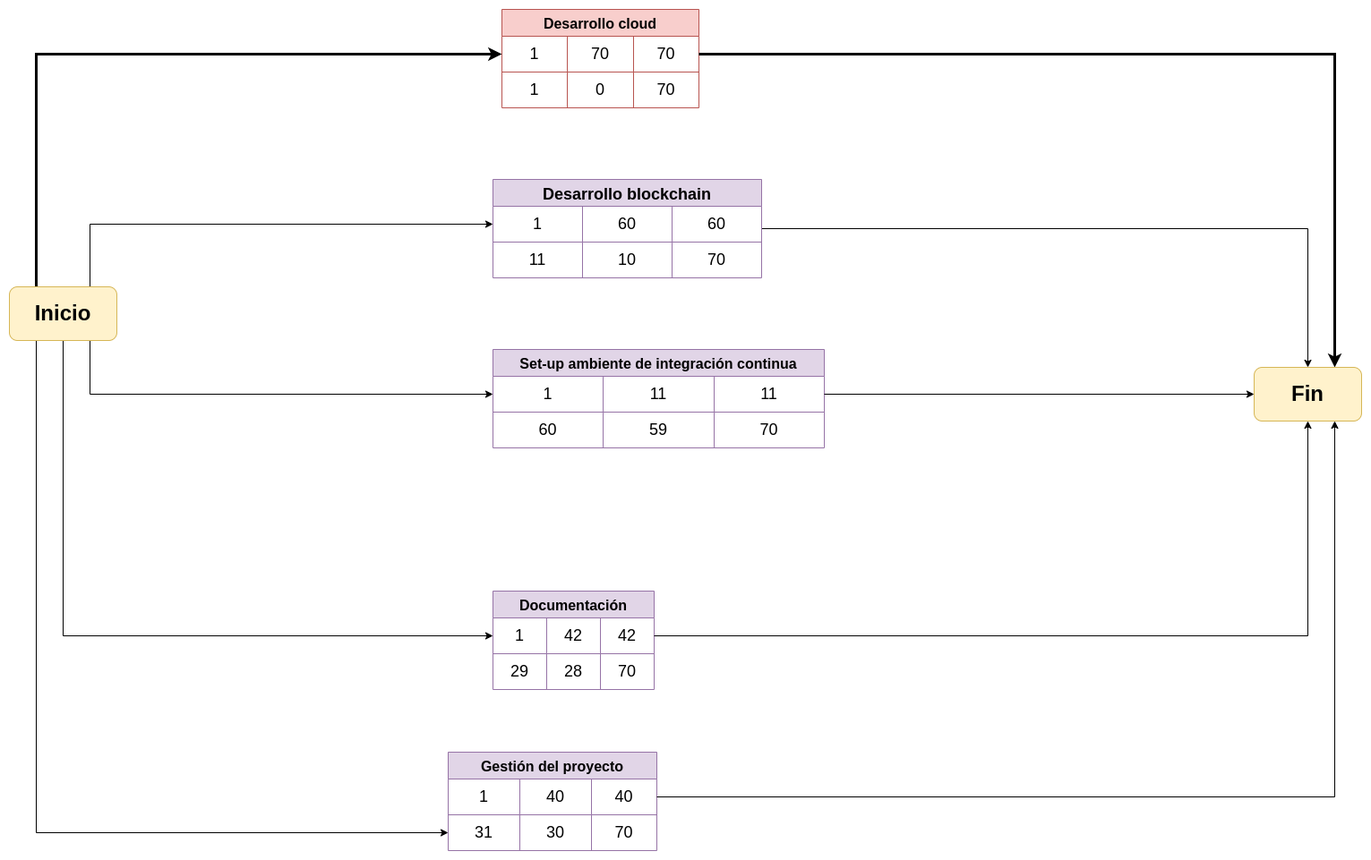
Before: Figuras/activity-on-node.png, a diagram exported from draw.io (kronleuchter85/ceiot_gti). Source tidied: cells renumbered, new cells last; positions are measured from the earlier drawing's top-left corner, leaving out a move shared by most shapes.
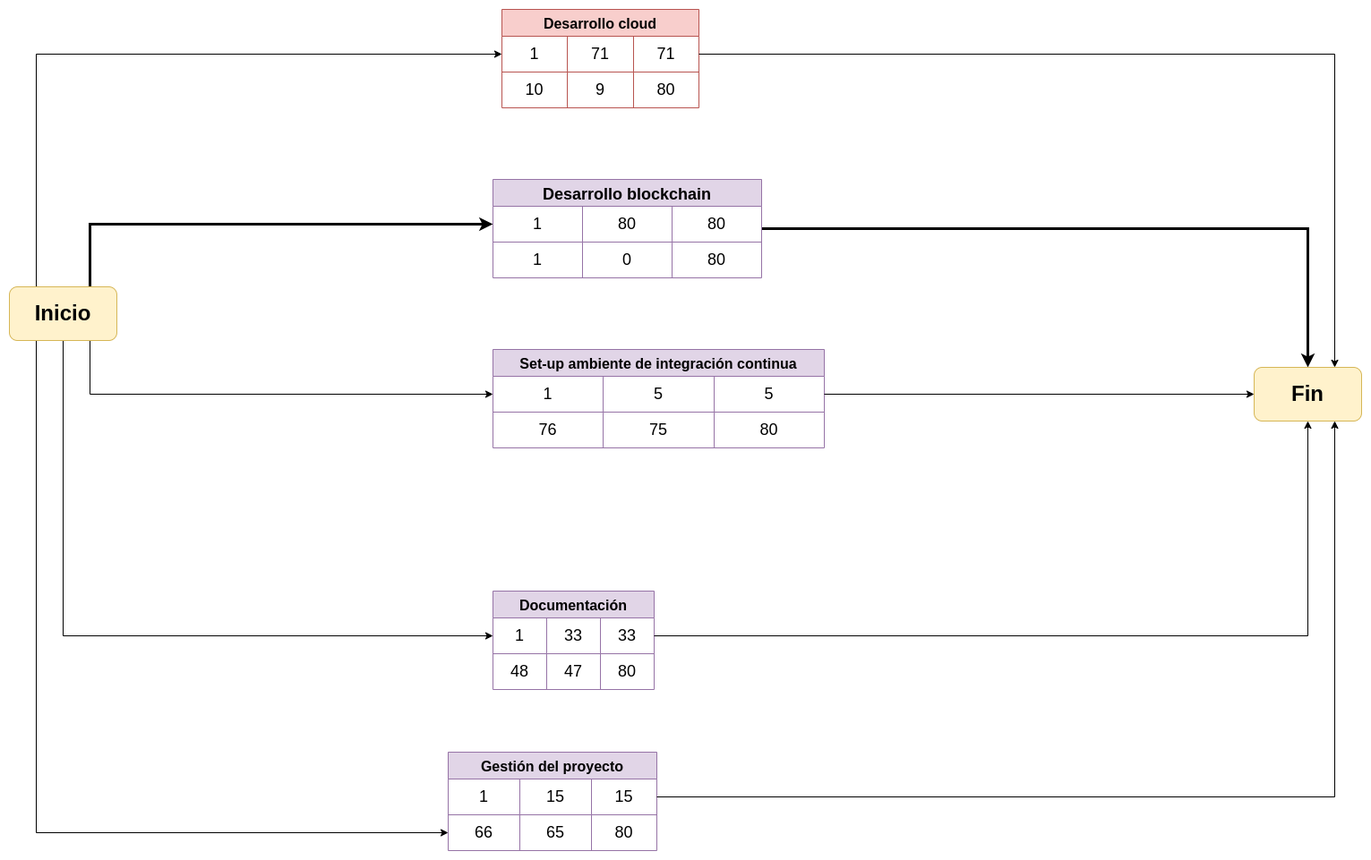
Above is the later version.

The edit, as a diff of the source:
```diff
@@ -11,22 +11,22 @@
     <mxCell id="4" value="1" style="shape=partialRectangle;html=1;whiteSpace=wrap;fillColor=none;top=0;left=0;bottom=0;right=0;overflow=hidden;fontSize=18;" parent="3" vertex="1">
       <mxGeometry width="73" height="40" as="geometry" />
     </mxCell>
-    <mxCell id="5" value="70" style="shape=partialRectangle;html=1;whiteSpace=wrap;fillColor=none;top=0;left=0;bottom=0;right=0;overflow=hidden;fontSize=18;" parent="3" vertex="1">
+    <mxCell id="5" value="71" style="shape=partialRectangle;html=1;whiteSpace=wrap;fillColor=none;top=0;left=0;bottom=0;right=0;overflow=hidden;fontSize=18;" parent="3" vertex="1">
       <mxGeometry x="73" width="74" height="40" as="geometry" />
     </mxCell>
-    <mxCell id="6" value="70" style="shape=partialRectangle;html=1;whiteSpace=wrap;fillColor=none;top=0;left=0;bottom=0;right=0;overflow=hidden;fontSize=18;" parent="3" vertex="1">
+    <mxCell id="6" value="71" style="shape=partialRectangle;html=1;whiteSpace=wrap;fillColor=none;top=0;left=0;bottom=0;right=0;overflow=hidden;fontSize=18;" parent="3" vertex="1">
       <mxGeometry x="147" width="73" height="40" as="geometry" />
     </mxCell>
     <mxCell id="7" style="shape=tableRow;horizontal=0;startSize=0;swimlaneHead=0;swimlaneBody=0;top=0;left=0;bottom=0;right=0;fillColor=none;" parent="2" vertex="1">
       <mxGeometry y="70" width="220" height="40" as="geometry" />
     </mxCell>
-    <mxCell id="8" value="1" style="shape=partialRectangle;html=1;whiteSpace=wrap;fillColor=none;top=0;left=0;bottom=0;right=0;overflow=hidden;fontSize=18;" parent="7" vertex="1">
+    <mxCell id="8" value="10" style="shape=partialRectangle;html=1;whiteSpace=wrap;fillColor=none;top=0;left=0;bottom=0;right=0;overflow=hidden;fontSize=18;" parent="7" vertex="1">
       <mxGeometry width="73" height="40" as="geometry" />
     </mxCell>
-    <mxCell id="9" value="0" style="shape=partialRectangle;html=1;whiteSpace=wrap;fillColor=none;top=0;left=0;bottom=0;right=0;overflow=hidden;fontSize=18;" parent="7" vertex="1">
+    <mxCell id="9" value="9" style="shape=partialRectangle;html=1;whiteSpace=wrap;fillColor=none;top=0;left=0;bottom=0;right=0;overflow=hidden;fontSize=18;" parent="7" vertex="1">
       <mxGeometry x="73" width="74" height="40" as="geometry" />
     </mxCell>
-    <mxCell id="10" value="70" style="shape=partialRectangle;html=1;whiteSpace=wrap;fillColor=none;top=0;left=0;bottom=0;right=0;overflow=hidden;fontSize=18;" parent="7" vertex="1">
+    <mxCell id="10" value="80" style="shape=partialRectangle;html=1;whiteSpace=wrap;fillColor=none;top=0;left=0;bottom=0;right=0;overflow=hidden;fontSize=18;" parent="7" vertex="1">
       <mxGeometry x="147" width="73" height="40" as="geometry" />
     </mxCell>
     <mxCell id="11" value="Set-up ambiente de integración continua" style="shape=table;startSize=30;fontStyle=1;align=center;fillColor=#e1d5e7;strokeColor=#9673a6;fontSize=16;" parent="1" vertex="1">
@@ -38,39 +38,39 @@
     <mxCell id="13" value="1" style="shape=partialRectangle;html=1;whiteSpace=wrap;fillColor=none;top=0;left=0;bottom=0;right=0;overflow=hidden;fontSize=18;" parent="12" vertex="1">
       <mxGeometry width="123" height="40" as="geometry" />
     </mxCell>
-    <mxCell id="14" value="11" style="shape=partialRectangle;html=1;whiteSpace=wrap;fillColor=none;top=0;left=0;bottom=0;right=0;overflow=hidden;fontSize=18;" parent="12" vertex="1">
+    <mxCell id="14" value="5" style="shape=partialRectangle;html=1;whiteSpace=wrap;fillColor=none;top=0;left=0;bottom=0;right=0;overflow=hidden;fontSize=18;" parent="12" vertex="1">
       <mxGeometry x="123" width="124" height="40" as="geometry" />
     </mxCell>
-    <mxCell id="15" value="11" style="shape=partialRectangle;html=1;whiteSpace=wrap;fillColor=none;top=0;left=0;bottom=0;right=0;overflow=hidden;fontSize=18;" parent="12" vertex="1">
+    <mxCell id="15" value="5" style="shape=partialRectangle;html=1;whiteSpace=wrap;fillColor=none;top=0;left=0;bottom=0;right=0;overflow=hidden;fontSize=18;" parent="12" vertex="1">
       <mxGeometry x="247" width="123" height="40" as="geometry" />
     </mxCell>
     <mxCell id="16" style="shape=tableRow;horizontal=0;startSize=0;swimlaneHead=0;swimlaneBody=0;top=0;left=0;bottom=0;right=0;fillColor=none;" parent="11" vertex="1">
       <mxGeometry y="70" width="370" height="40" as="geometry" />
     </mxCell>
-    <mxCell id="17" value="60" style="shape=partialRectangle;html=1;whiteSpace=wrap;fillColor=none;top=0;left=0;bottom=0;right=0;overflow=hidden;fontSize=18;" parent="16" vertex="1">
+    <mxCell id="17" value="76" style="shape=partialRectangle;html=1;whiteSpace=wrap;fillColor=none;top=0;left=0;bottom=0;right=0;overflow=hidden;fontSize=18;" parent="16" vertex="1">
       <mxGeometry width="123" height="40" as="geometry" />
     </mxCell>
-    <mxCell id="18" value="59" style="shape=partialRectangle;html=1;whiteSpace=wrap;fillColor=none;top=0;left=0;bottom=0;right=0;overflow=hidden;fontSize=18;" parent="16" vertex="1">
+    <mxCell id="18" value="75" style="shape=partialRectangle;html=1;whiteSpace=wrap;fillColor=none;top=0;left=0;bottom=0;right=0;overflow=hidden;fontSize=18;" parent="16" vertex="1">
       <mxGeometry x="123" width="124" height="40" as="geometry" />
     </mxCell>
-    <mxCell id="19" value="70" style="shape=partialRectangle;html=1;whiteSpace=wrap;fillColor=none;top=0;left=0;bottom=0;right=0;overflow=hidden;fontSize=18;" parent="16" vertex="1">
+    <mxCell id="19" value="80" style="shape=partialRectangle;html=1;whiteSpace=wrap;fillColor=none;top=0;left=0;bottom=0;right=0;overflow=hidden;fontSize=18;" parent="16" vertex="1">
       <mxGeometry x="247" width="123" height="40" as="geometry" />
     </mxCell>
-    <mxCell id="20" style="edgeStyle=orthogonalEdgeStyle;rounded=0;jettySize=auto;html=1;entryX=0;entryY=0.5;entryDx=0;entryDy=0;exitX=0.75;exitY=0;exitDx=0;exitDy=0;" parent="1" edge="1" source="26" target="29">
+    <mxCell id="20" style="edgeStyle=orthogonalEdgeStyle;rounded=0;jettySize=auto;html=1;entryX=0;entryY=0.5;entryDx=0;entryDy=0;exitX=0.75;exitY=0;exitDx=0;exitDy=0;strokeWidth=3;" parent="1" edge="1" source="26" target="29">
       <mxGeometry relative="1" as="geometry">
         <Array as="points">
           <mxPoint x="90" y="240" />
         </Array>
       </mxGeometry>
     </mxCell>
-    <mxCell id="21" style="edgeStyle=orthogonalEdgeStyle;rounded=0;jettySize=auto;html=1;strokeWidth=3;entryX=0.75;entryY=0;entryDx=0;entryDy=0;exitX=1;exitY=0.5;exitDx=0;exitDy=0;" parent="1" edge="1" source="3" target="46">
+    <mxCell id="21" style="edgeStyle=orthogonalEdgeStyle;rounded=0;jettySize=auto;html=1;strokeWidth=1;entryX=0.75;entryY=0;entryDx=0;entryDy=0;exitX=1;exitY=0.5;exitDx=0;exitDy=0;" parent="1" edge="1" source="3" target="46">
       <mxGeometry relative="1" as="geometry">
         <Array as="points">
           <mxPoint x="1480" y="50" />
         </Array>
       </mxGeometry>
     </mxCell>
-    <mxCell id="22" style="edgeStyle=orthogonalEdgeStyle;rounded=0;jettySize=auto;html=1;entryX=0;entryY=0.5;entryDx=0;entryDy=0;strokeWidth=3;exitX=0.25;exitY=0;exitDx=0;exitDy=0;" parent="1" edge="1" source="26" target="3">
+    <mxCell id="22" style="edgeStyle=orthogonalEdgeStyle;rounded=0;jettySize=auto;html=1;entryX=0;entryY=0.5;entryDx=0;entryDy=0;strokeWidth=1;exitX=0.25;exitY=0;exitDx=0;exitDy=0;" parent="1" edge="1" source="26" target="3">
       <mxGeometry relative="1" as="geometry">
         <Array as="points">
           <mxPoint x="30" y="50" />
@@ -97,7 +97,7 @@
     <mxCell id="26" value="Inicio" style="rounded=1;whiteSpace=wrap;html=1;fillColor=#fff2cc;strokeColor=#d6b656;fontSize=24;fontStyle=1;" parent="1" vertex="1">
       <mxGeometry y="310" width="120" height="60" as="geometry" />
     </mxCell>
-    <mxCell id="27" style="edgeStyle=orthogonalEdgeStyle;rounded=0;jettySize=auto;html=1;entryX=0.5;entryY=0;entryDx=0;entryDy=0;" parent="1" edge="1" source="28" target="46">
+    <mxCell id="27" style="edgeStyle=orthogonalEdgeStyle;rounded=0;jettySize=auto;html=1;entryX=0.5;entryY=0;entryDx=0;entryDy=0;strokeWidth=3;" parent="1" edge="1" source="28" target="46">
       <mxGeometry relative="1" as="geometry" />
     </mxCell>
     <mxCell id="28" value="Desarrollo blockchain" style="shape=table;startSize=30;fontStyle=1;align=center;fillColor=#e1d5e7;strokeColor=#9673a6;fontSize=18;" parent="1" vertex="1">
@@ -109,22 +109,22 @@
     <mxCell id="30" value="1" style="shape=partialRectangle;html=1;whiteSpace=wrap;fillColor=none;top=0;left=0;bottom=0;right=0;overflow=hidden;fontSize=18;" parent="29" vertex="1">
       <mxGeometry width="100" height="40" as="geometry" />
     </mxCell>
-    <mxCell id="31" value="60" style="shape=partialRectangle;html=1;whiteSpace=wrap;fillColor=none;top=0;left=0;bottom=0;right=0;overflow=hidden;fontSize=18;" parent="29" vertex="1">
+    <mxCell id="31" value="80" style="shape=partialRectangle;html=1;whiteSpace=wrap;fillColor=none;top=0;left=0;bottom=0;right=0;overflow=hidden;fontSize=18;" parent="29" vertex="1">
       <mxGeometry x="100" width="100" height="40" as="geometry" />
     </mxCell>
-    <mxCell id="32" value="60" style="shape=partialRectangle;html=1;whiteSpace=wrap;fillColor=none;top=0;left=0;bottom=0;right=0;overflow=hidden;fontSize=18;" parent="29" vertex="1">
+    <mxCell id="32" value="80" style="shape=partialRectangle;html=1;whiteSpace=wrap;fillColor=none;top=0;left=0;bottom=0;right=0;overflow=hidden;fontSize=18;" parent="29" vertex="1">
       <mxGeometry x="200" width="100" height="40" as="geometry" />
     </mxCell>
     <mxCell id="33" style="shape=tableRow;horizontal=0;startSize=0;swimlaneHead=0;swimlaneBody=0;top=0;left=0;bottom=0;right=0;fillColor=none;" parent="28" vertex="1">
       <mxGeometry y="70" width="300" height="40" as="geometry" />
     </mxCell>
-    <mxCell id="34" value="11" style="shape=partialRectangle;html=1;whiteSpace=wrap;fillColor=none;top=0;left=0;bottom=0;right=0;overflow=hidden;fontSize=18;" parent="33" vertex="1">
+    <mxCell id="34" value="1" style="shape=partialRectangle;html=1;whiteSpace=wrap;fillColor=none;top=0;left=0;bottom=0;right=0;overflow=hidden;fontSize=18;" parent="33" vertex="1">
       <mxGeometry width="100" height="40" as="geometry" />
     </mxCell>
-    <mxCell id="35" value="10" style="shape=partialRectangle;html=1;whiteSpace=wrap;fillColor=none;top=0;left=0;bottom=0;right=0;overflow=hidden;fontSize=18;" parent="33" vertex="1">
+    <mxCell id="35" value="0" style="shape=partialRectangle;html=1;whiteSpace=wrap;fillColor=none;top=0;left=0;bottom=0;right=0;overflow=hidden;fontSize=18;" parent="33" vertex="1">
       <mxGeometry x="100" width="100" height="40" as="geometry" />
     </mxCell>
-    <mxCell id="36" value="70" style="shape=partialRectangle;html=1;whiteSpace=wrap;fillColor=none;top=0;left=0;bottom=0;right=0;overflow=hidden;fontSize=18;" parent="33" vertex="1">
+    <mxCell id="36" value="80" style="shape=partialRectangle;html=1;whiteSpace=wrap;fillColor=none;top=0;left=0;bottom=0;right=0;overflow=hidden;fontSize=18;" parent="33" vertex="1">
       <mxGeometry x="200" width="100" height="40" as="geometry" />
     </mxCell>
     <mxCell id="37" value="Documentación" style="shape=table;startSize=30;fontStyle=1;align=center;fillColor=#e1d5e7;strokeColor=#9673a6;fontSize=16;" parent="1" vertex="1">
@@ -136,22 +136,22 @@
     <mxCell id="39" value="1" style="shape=partialRectangle;html=1;whiteSpace=wrap;fillColor=none;top=0;left=0;bottom=0;right=0;overflow=hidden;fontSize=18;" parent="38" vertex="1">
       <mxGeometry width="60" height="40" as="geometry" />
     </mxCell>
-    <mxCell id="40" value="42" style="shape=partialRectangle;html=1;whiteSpace=wrap;fillColor=none;top=0;left=0;bottom=0;right=0;overflow=hidden;fontSize=18;" parent="38" vertex="1">
+    <mxCell id="40" value="33" style="shape=partialRectangle;html=1;whiteSpace=wrap;fillColor=none;top=0;left=0;bottom=0;right=0;overflow=hidden;fontSize=18;" parent="38" vertex="1">
       <mxGeometry x="60" width="60" height="40" as="geometry" />
     </mxCell>
-    <mxCell id="41" value="42" style="shape=partialRectangle;html=1;whiteSpace=wrap;fillColor=none;top=0;left=0;bottom=0;right=0;overflow=hidden;fontSize=18;" parent="38" vertex="1">
+    <mxCell id="41" value="33" style="shape=partialRectangle;html=1;whiteSpace=wrap;fillColor=none;top=0;left=0;bottom=0;right=0;overflow=hidden;fontSize=18;" parent="38" vertex="1">
       <mxGeometry x="120" width="60" height="40" as="geometry" />
     </mxCell>
     <mxCell id="42" style="shape=tableRow;horizontal=0;startSize=0;swimlaneHead=0;swimlaneBody=0;top=0;left=0;bottom=0;right=0;fillColor=none;" parent="37" vertex="1">
       <mxGeometry y="70" width="180" height="40" as="geometry" />
     </mxCell>
-    <mxCell id="43" value="29" style="shape=partialRectangle;html=1;whiteSpace=wrap;fillColor=none;top=0;left=0;bottom=0;right=0;overflow=hidden;fontSize=18;" parent="42" vertex="1">
+    <mxCell id="43" value="48" style="shape=partialRectangle;html=1;whiteSpace=wrap;fillColor=none;top=0;left=0;bottom=0;right=0;overflow=hidden;fontSize=18;" parent="42" vertex="1">
       <mxGeometry width="60" height="40" as="geometry" />
     </mxCell>
-    <mxCell id="44" value="28" style="shape=partialRectangle;html=1;whiteSpace=wrap;fillColor=none;top=0;left=0;bottom=0;right=0;overflow=hidden;fontSize=18;" parent="42" vertex="1">
+    <mxCell id="44" value="47" style="shape=partialRectangle;html=1;whiteSpace=wrap;fillColor=none;top=0;left=0;bottom=0;right=0;overflow=hidden;fontSize=18;" parent="42" vertex="1">
       <mxGeometry x="60" width="60" height="40" as="geometry" />
     </mxCell>
-    <mxCell id="45" value="70" style="shape=partialRectangle;html=1;whiteSpace=wrap;fillColor=none;top=0;left=0;bottom=0;right=0;overflow=hidden;fontSize=18;" parent="42" vertex="1">
+    <mxCell id="45" value="80" style="shape=partialRectangle;html=1;whiteSpace=wrap;fillColor=none;top=0;left=0;bottom=0;right=0;overflow=hidden;fontSize=18;" parent="42" vertex="1">
       <mxGeometry x="120" width="60" height="40" as="geometry" />
     </mxCell>
     <mxCell id="46" value="Fin" style="rounded=1;whiteSpace=wrap;html=1;fillColor=#fff2cc;strokeColor=#d6b656;fontSize=24;fontStyle=1;" parent="1" vertex="1">
@@ -166,22 +166,22 @@
     <mxCell id="49" value="1" style="shape=partialRectangle;html=1;whiteSpace=wrap;fillColor=none;top=0;left=0;bottom=0;right=0;overflow=hidden;fontSize=18;" parent="48" vertex="1">
       <mxGeometry width="80" height="40" as="geometry" />
     </mxCell>
-    <mxCell id="50" value="40" style="shape=partialRectangle;html=1;whiteSpace=wrap;fillColor=none;top=0;left=0;bottom=0;right=0;overflow=hidden;fontSize=18;" parent="48" vertex="1">
+    <mxCell id="50" value="15" style="shape=partialRectangle;html=1;whiteSpace=wrap;fillColor=none;top=0;left=0;bottom=0;right=0;overflow=hidden;fontSize=18;" parent="48" vertex="1">
       <mxGeometry x="80" width="80" height="40" as="geometry" />
     </mxCell>
-    <mxCell id="51" value="40" style="shape=partialRectangle;html=1;whiteSpace=wrap;fillColor=none;top=0;left=0;bottom=0;right=0;overflow=hidden;fontSize=18;" parent="48" vertex="1">
+    <mxCell id="51" value="15" style="shape=partialRectangle;html=1;whiteSpace=wrap;fillColor=none;top=0;left=0;bottom=0;right=0;overflow=hidden;fontSize=18;" parent="48" vertex="1">
       <mxGeometry x="160" width="73" height="40" as="geometry" />
     </mxCell>
     <mxCell id="52" style="shape=tableRow;horizontal=0;startSize=0;swimlaneHead=0;swimlaneBody=0;top=0;left=0;bottom=0;right=0;fillColor=none;points=[[0,0.5],[1,0.5]];portConstraint=eastwest;" parent="47" vertex="1">
       <mxGeometry y="70" width="233" height="40" as="geometry" />
     </mxCell>
-    <mxCell id="53" value="31" style="shape=partialRectangle;html=1;whiteSpace=wrap;fillColor=none;top=0;left=0;bottom=0;right=0;overflow=hidden;fontSize=18;" parent="52" vertex="1">
+    <mxCell id="53" value="66" style="shape=partialRectangle;html=1;whiteSpace=wrap;fillColor=none;top=0;left=0;bottom=0;right=0;overflow=hidden;fontSize=18;" parent="52" vertex="1">
       <mxGeometry width="80" height="40" as="geometry" />
     </mxCell>
-    <mxCell id="54" value="30" style="shape=partialRectangle;html=1;whiteSpace=wrap;fillColor=none;top=0;left=0;bottom=0;right=0;overflow=hidden;fontSize=18;" parent="52" vertex="1">
+    <mxCell id="54" value="65" style="shape=partialRectangle;html=1;whiteSpace=wrap;fillColor=none;top=0;left=0;bottom=0;right=0;overflow=hidden;fontSize=18;" parent="52" vertex="1">
       <mxGeometry x="80" width="80" height="40" as="geometry" />
     </mxCell>
-    <mxCell id="55" value="70" style="shape=partialRectangle;html=1;whiteSpace=wrap;fillColor=none;top=0;left=0;bottom=0;right=0;overflow=hidden;fontSize=18;" parent="52" vertex="1">
+    <mxCell id="55" value="80" style="shape=partialRectangle;html=1;whiteSpace=wrap;fillColor=none;top=0;left=0;bottom=0;right=0;overflow=hidden;fontSize=18;" parent="52" vertex="1">
       <mxGeometry x="160" width="73" height="40" as="geometry" />
     </mxCell>
     <mxCell id="56" style="edgeStyle=orthogonalEdgeStyle;rounded=0;jettySize=auto;html=1;entryX=0;entryY=0.5;entryDx=0;entryDy=0;" parent="1" edge="1" source="12" target="46">
```
